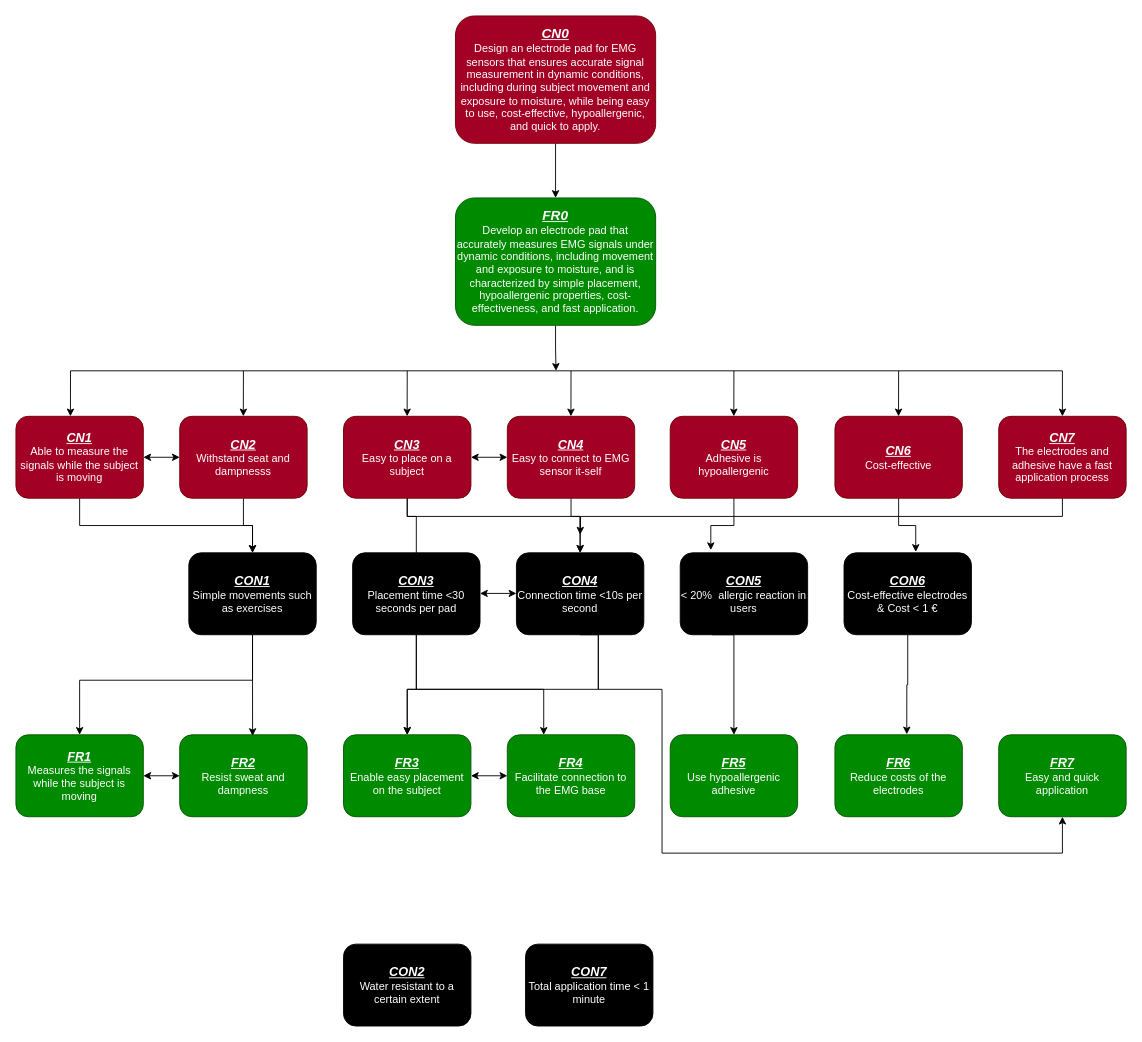
Above: page "Page-1" (1 of 2) of Untitled Diagram.drawio in asdismilla/FlowChart (draw.io), before the change. Source tidied: cells renumbered, new cells numbered last; positions are measured from the earlier drawing's top-left corner, leaving out a move shared by most shapes. Both pictures are drawn from the tidied source at 91%, with x=0, y=0 at pixel (15, 15).
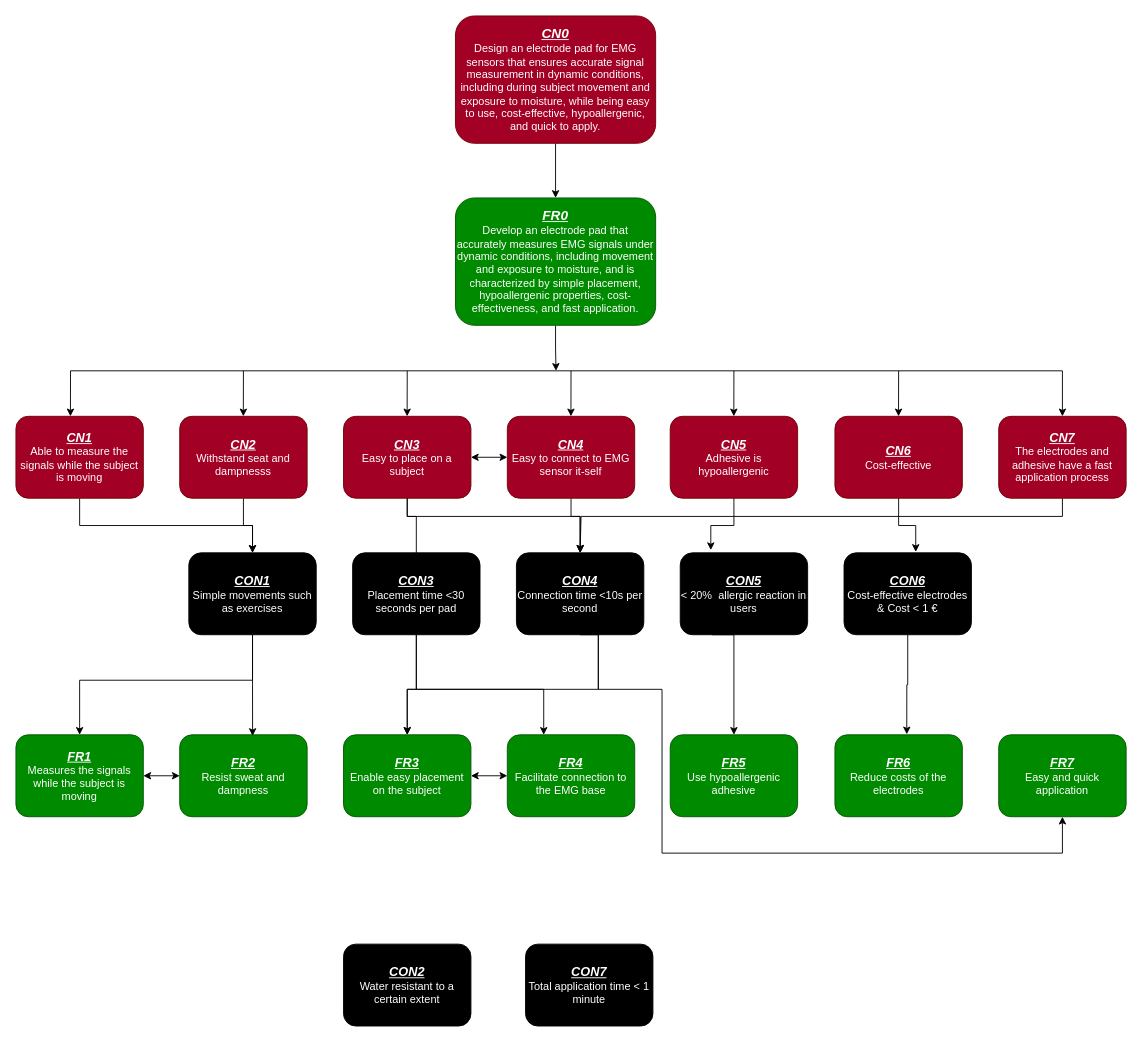
After the change.

Commit message:
Had to start agin as the flow chart wasn't correctly set up

Unchanged cells that the change refers to:
```xml
<mxCell id="14" value="&lt;span style=&quot;font-size: 14px;&quot;&gt;&lt;b&gt;&lt;i&gt;&lt;u&gt;CN1&lt;br&gt;&lt;/u&gt;&lt;/i&gt;&lt;/b&gt;&lt;/span&gt;Able to measure the signals while the subject is moving" style="rounded=1;whiteSpace=wrap;html=1;fontSize=12;glass=0;strokeWidth=1;shadow=0;fillColor=#a20025;fontColor=#ffffff;strokeColor=#6F0000;" parent="1" vertex="1">
  <mxGeometry y="440" width="140" height="90" as="geometry" />
</mxCell>
<mxCell id="16" value="&lt;b style=&quot;font-size: 14px; text-decoration: underline; font-style: italic;&quot;&gt;CN2&lt;/b&gt;&lt;br&gt;&lt;font style=&quot;font-size: 12px;&quot;&gt;Withstand seat and dampnesss&lt;/font&gt;" style="rounded=1;whiteSpace=wrap;html=1;fontSize=12;glass=0;strokeWidth=1;shadow=0;fillColor=#a20025;fontColor=#ffffff;strokeColor=#6F0000;" parent="1" vertex="1">
  <mxGeometry x="180" y="440" width="140" height="90" as="geometry" />
</mxCell>
<mxCell id="24" value="&lt;b&gt;&lt;u&gt;&lt;i&gt;&lt;font style=&quot;font-size: 14px;&quot;&gt;CN7&lt;/font&gt;&lt;/i&gt;&lt;/u&gt;&lt;/b&gt;&lt;br&gt;The electrodes and adhesive have a fast application process" style="rounded=1;whiteSpace=wrap;html=1;fontSize=12;glass=0;strokeWidth=1;shadow=0;fillColor=#a20025;fontColor=#ffffff;strokeColor=#6F0000;" parent="1" vertex="1">
  <mxGeometry x="1080" y="440" width="140" height="90" as="geometry" />
</mxCell>
```

The edit, as a diff of the source:
```diff
@@
     <mxCell id="23" style="edgeStyle=orthogonalEdgeStyle;rounded=0;jettySize=auto;html=1;exitX=0.5;exitY=1;exitDx=0;exitDy=0;" parent="1" edge="1" source="24">
       <mxGeometry relative="1" as="geometry">
-        <mxPoint x="620" y="570" as="targetPoint" />
+        <mxPoint x="620" y="590" as="targetPoint" />
+        <Array as="points">
+          <mxPoint x="1150" y="550" />
+          <mxPoint x="621" y="550" />
+          <mxPoint x="621" y="590" />
+        </Array>
       </mxGeometry>
     </mxCell>
@@
-    <mxCell id="46" style="endArrow=classic;startArrow=classic;html=1;rounded=0;exitX=1;exitY=0.5;exitDx=0;exitDy=0;entryX=0;entryY=0.5;entryDx=0;entryDy=0;" parent="1" edge="1" source="14" target="16">
-      <mxGeometry relative="1" as="geometry" />
-    </mxCell>
@@
-    <mxCell id="49" style="endArrow=classic;startArrow=classic;html=1;rounded=0;exitX=1;exitY=0.5;exitDx=0;exitDy=0;entryX=0;entryY=0.5;entryDx=0;entryDy=0;" parent="1" edge="1">
-      <mxGeometry relative="1" as="geometry">
-        <mxPoint x="510" y="634.6" as="sourcePoint" />
-        <mxPoint x="550" y="634.6" as="targetPoint" />
-      </mxGeometry>
-    </mxCell>
```
